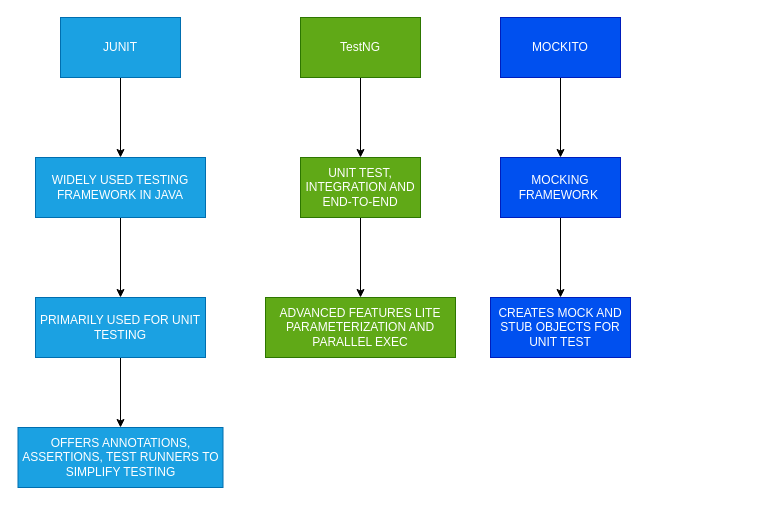
Earlier version of the draw.io diagram page "Page-3" (3 of 3) of Testing.drawio (neolcr/java-general-knowledge). Source tidied: cells renumbered, new cells numbered last; positions are measured from the earlier drawing's top-left corner, leaving out a move shared by most shapes. Both pictures are drawn from the tidied source at 100%, with x=0, y=0 at pixel (18, 17).
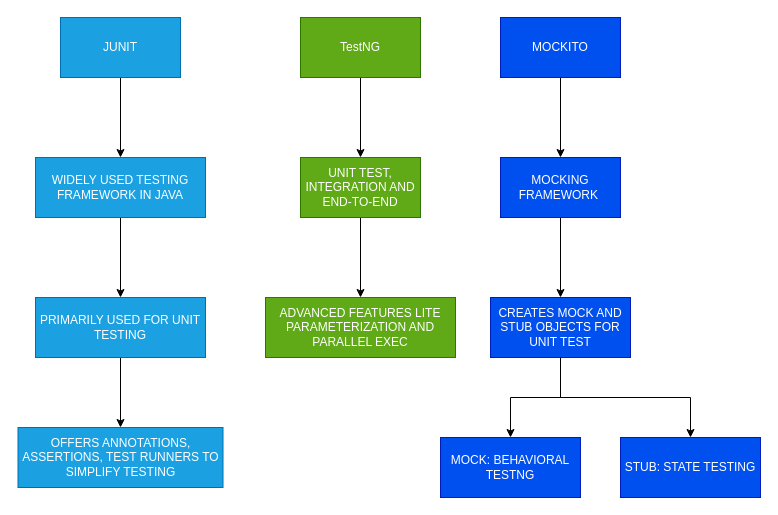
After the change.

The change refers to these unchanged cells:
```xml
<mxCell id="18" value="CREATES MOCK AND STUB OBJECTS FOR UNIT TEST" style="rounded=0;whiteSpace=wrap;html=1;fillColor=#0050ef;fontColor=#ffffff;strokeColor=#001DBC;" parent="1" vertex="1">
  <mxGeometry x="472" y="280" width="140" height="60" as="geometry" />
</mxCell>
```

Change to the diagram source:
```diff
@@
+    <mxCell id="19" style="edgeStyle=orthogonalEdgeStyle;rounded=0;jettySize=auto;html=1;" parent="1" edge="1" source="18" target="20">
+      <mxGeometry relative="1" as="geometry" />
+    </mxCell>
@@
+    <mxCell id="20" value="MOCK: BEHAVIORAL TESTNG" style="rounded=0;whiteSpace=wrap;html=1;fillColor=#0050ef;fontColor=#ffffff;strokeColor=#001DBC;" parent="1" vertex="1">
+      <mxGeometry x="422" y="420" width="140" height="60" as="geometry" />
+    </mxCell>
+    <mxCell id="21" value="STUB: STATE TESTING" style="rounded=0;whiteSpace=wrap;html=1;fillColor=#0050ef;fontColor=#ffffff;strokeColor=#001DBC;" parent="1" vertex="1">
+      <mxGeometry x="602" y="420" width="140" height="60" as="geometry" />
+    </mxCell>
+    <mxCell id="22" style="edgeStyle=orthogonalEdgeStyle;rounded=0;jettySize=auto;html=1;exitX=0.5;exitY=1;exitDx=0;exitDy=0;" parent="1" edge="1" source="18" target="21">
+      <mxGeometry relative="1" as="geometry" />
+    </mxCell>
```
